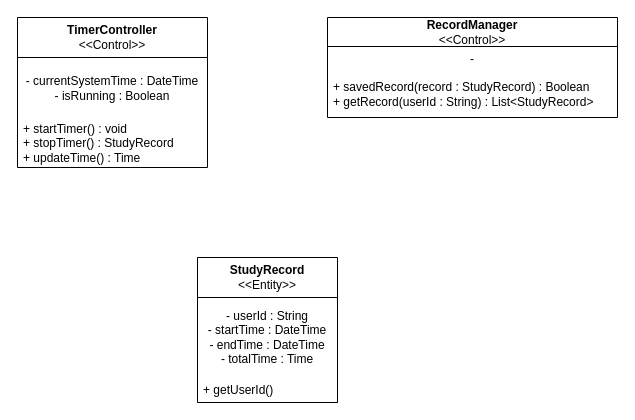
Above: 학습시간기록.drawio in learnner-ms/WebProject (draw.io), before the change. Source tidied: cells renumbered, new cells numbered last; positions are measured from the earlier drawing's top-left corner, leaving out a move shared by most shapes. Both pictures are drawn from the tidied source at 100%, with x=0, y=0 at pixel (17, 17).
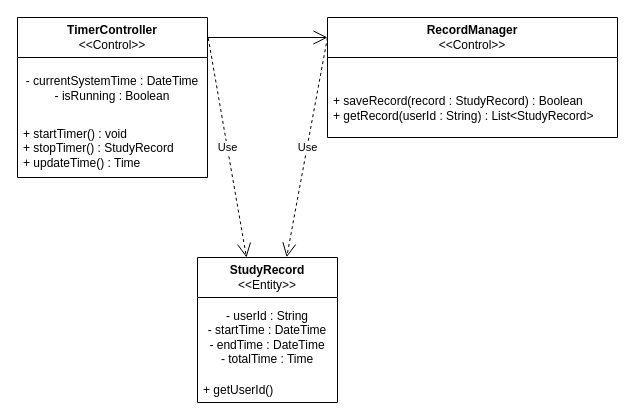
Above is the later version.

Commit message:
학습시간기록.drawio 업데이트

Diff of the diagram source:
```diff
@@
 <mxGraphModel>
   <root>
     <mxCell id="0" />
     <mxCell id="1" parent="0" />
     <mxCell id="2" value="StudyRecord&lt;div&gt;&lt;span style=&quot;font-weight: 400;&quot;&gt;&amp;lt;&amp;lt;Entity&amp;gt;&amp;gt;&lt;/span&gt;&lt;/div&gt;" style="swimlane;fontStyle=1;align=center;verticalAlign=middle;horizontal=1;startSize=40;html=1;whiteSpace=wrap;" parent="1" vertex="1">
       <mxGeometry x="180" y="240" width="140" height="145" as="geometry" />
     </mxCell>
     <mxCell id="3" value="- userId : String&lt;div&gt;- startTime : DateTime&lt;/div&gt;&lt;div&gt;- endTime : DateTime&lt;/div&gt;&lt;div&gt;- totalTime : Time&lt;/div&gt;" style="text;html=1;strokeColor=none;fillColor=none;align=center;verticalAlign=middle;spacingLeft=4;spacingRight=4;overflow=hidden;whiteSpace=wrap;" parent="2" vertex="1">
       <mxGeometry y="40" width="140" height="80" as="geometry" />
     </mxCell>
     <mxCell id="4" value="+ getUserId()" style="text;html=1;strokeColor=none;fillColor=none;align=left;verticalAlign=middle;spacingLeft=4;spacingRight=4;overflow=hidden;whiteSpace=wrap;" parent="2" vertex="1">
       <mxGeometry y="120" width="140" height="25" as="geometry" />
     </mxCell>
     <mxCell id="5" value="TimerController&lt;div&gt;&lt;span style=&quot;font-weight: 400;&quot;&gt;&amp;lt;&amp;lt;Control&amp;gt;&amp;gt;&lt;/span&gt;&lt;/div&gt;" style="swimlane;fontStyle=1;align=center;verticalAlign=middle;horizontal=1;startSize=40;html=1;whiteSpace=wrap;" parent="1" vertex="1">
-      <mxGeometry width="190" height="150" as="geometry" />
+      <mxGeometry width="190" height="160" as="geometry" />
     </mxCell>
     <mxCell id="6" value="- currentSystemTime : DateTime&lt;div&gt;- isRunning : Boolean&lt;/div&gt;" style="text;html=1;strokeColor=none;fillColor=none;align=center;verticalAlign=middle;spacingLeft=4;spacingRight=4;overflow=hidden;whiteSpace=wrap;" parent="5" vertex="1">
       <mxGeometry y="40" width="190" height="61" as="geometry" />
     </mxCell>
     <mxCell id="7" value="+ startTimer() : void&lt;div&gt;+ stopTimer() : StudyRecord&lt;/div&gt;&lt;div&gt;+ updateTime() : Time&lt;/div&gt;" style="text;html=1;align=left;verticalAlign=middle;spacingLeft=4;spacingRight=4;overflow=hidden;whiteSpace=wrap;" parent="5" vertex="1">
-      <mxGeometry y="101" width="190" height="49" as="geometry" />
+      <mxGeometry y="101" width="190" height="59" as="geometry" />
     </mxCell>
-    <mxCell id="8" value="RecordManager&lt;div&gt;&lt;span style=&quot;font-weight: 400;&quot;&gt;&amp;lt;&amp;lt;Control&amp;gt;&amp;gt;&lt;/span&gt;&lt;/div&gt;" style="swimlane;fontStyle=1;align=center;verticalAlign=middle;horizontal=1;startSize=29;html=1;whiteSpace=wrap;" parent="1" vertex="1">
-      <mxGeometry x="310" width="290" height="100" as="geometry" />
+    <mxCell id="8" value="RecordManager&lt;div&gt;&lt;span style=&quot;font-weight: 400;&quot;&gt;&amp;lt;&amp;lt;Control&amp;gt;&amp;gt;&lt;/span&gt;&lt;/div&gt;" style="swimlane;fontStyle=1;align=center;verticalAlign=middle;horizontal=1;startSize=40;html=1;whiteSpace=wrap;" parent="1" vertex="1">
+      <mxGeometry x="310" width="290" height="120" as="geometry" />
     </mxCell>
-    <mxCell id="9" value="-" style="text;html=1;strokeColor=none;fillColor=none;align=center;verticalAlign=middle;spacingLeft=4;spacingRight=4;overflow=hidden;whiteSpace=wrap;" parent="8" vertex="1">
-      <mxGeometry y="29" width="290" height="25" as="geometry" />
+    <mxCell id="9" value="&amp;nbsp;&amp;nbsp;" style="text;html=1;strokeColor=none;fillColor=none;align=center;verticalAlign=middle;spacingLeft=4;spacingRight=4;overflow=hidden;whiteSpace=wrap;" parent="8" vertex="1">
+      <mxGeometry y="40" width="290" height="21" as="geometry" />
     </mxCell>
-    <mxCell id="10" value="+ savedRecord(record : StudyRecord) : Boolean&lt;div&gt;+ getRecord(userId : String) : List&amp;lt;StudyRecord&amp;gt;&lt;/div&gt;" style="text;html=1;strokeColor=none;fillColor=none;align=left;verticalAlign=middle;spacingLeft=4;spacingRight=4;overflow=hidden;whiteSpace=wrap;" parent="8" vertex="1">
-      <mxGeometry y="54" width="290" height="46" as="geometry" />
+    <mxCell id="10" value="+ saveRecord(record : StudyRecord) : Boolean&lt;div&gt;+ getRecord(userId : String) : List&amp;lt;StudyRecord&amp;gt;&lt;/div&gt;" style="text;html=1;strokeColor=none;fillColor=none;align=left;verticalAlign=middle;spacingLeft=4;spacingRight=4;overflow=hidden;whiteSpace=wrap;" parent="8" vertex="1">
+      <mxGeometry y="61" width="290" height="59" as="geometry" />
     </mxCell>
+    <mxCell id="11" style="endArrow=open;endFill=1;endSize=12;html=1;rounded=0;" parent="1" edge="1">
+      <mxGeometry relative="1" as="geometry">
+        <mxPoint x="190" y="20" as="sourcePoint" />
+        <mxPoint x="310" y="20" as="targetPoint" />
+      </mxGeometry>
+    </mxCell>
+    <mxCell id="12" value="Use" style="endArrow=open;endSize=12;dashed=1;html=1;rounded=0;exitX=1.004;exitY=0.129;exitDx=0;exitDy=0;exitPerimeter=0;" parent="1" edge="1" source="5">
+      <mxGeometry relative="1" as="geometry">
+        <mxPoint x="229" y="240" as="targetPoint" />
+      </mxGeometry>
+    </mxCell>
+    <mxCell id="13" value="Use" style="endArrow=open;endSize=12;dashed=1;html=1;rounded=0;entryX=0.637;entryY=-0.002;entryDx=0;entryDy=0;entryPerimeter=0;" parent="1" edge="1" target="2">
+      <mxGeometry relative="1" as="geometry">
+        <mxPoint x="310" y="20" as="sourcePoint" />
+      </mxGeometry>
+    </mxCell>
   </root>
 </mxGraphModel>
```
